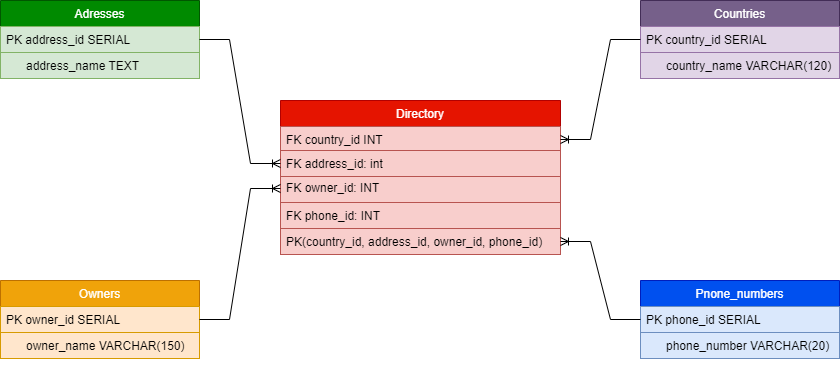
This is PhoneDictER.png from 9803489523/phoneDict, a draw.io export, as it was before one commit. Source tidied: cells renumbered, new cells last; positions are measured from the earlier drawing's top-left corner, leaving out a move shared by most shapes.
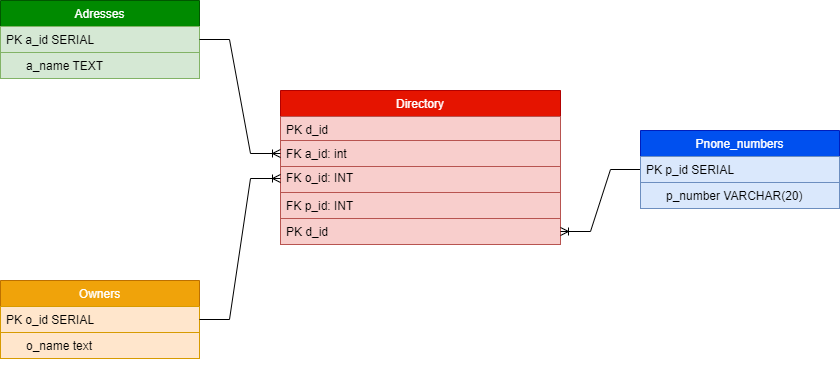
After the change.

Diff of the diagram source:
```diff
@@ -14,20 +14,20 @@
     <mxCell id="5" value="      user_id INT" style="text;align=left;verticalAlign=top;spacingLeft=4;spacingRight=4;overflow=hidden;fillColor=#ffe6cc;strokeColor=#d79b00;" parent="4" vertex="1">
       <mxGeometry y="26" width="199" height="26" as="geometry" />
     </mxCell>
-    <mxCell id="6" value="      owner_name VARCHAR(150)" style="text;align=left;verticalAlign=top;spacingLeft=4;spacingRight=4;overflow=hidden;fillColor=#ffe6cc;strokeColor=#d79b00;" parent="2" vertex="1">
+    <mxCell id="6" value="      o_name text" style="text;align=left;verticalAlign=top;spacingLeft=4;spacingRight=4;overflow=hidden;fillColor=#ffe6cc;strokeColor=#d79b00;" parent="2" vertex="1">
       <mxGeometry y="52" width="199" height="26" as="geometry" />
     </mxCell>
-    <mxCell id="7" value="PK owner_id SERIAL" style="text;align=left;verticalAlign=top;spacingLeft=4;spacingRight=4;overflow=hidden;fillColor=#ffe6cc;strokeColor=#d79b00;" parent="2" vertex="1">
+    <mxCell id="7" value="PK o_id SERIAL" style="text;align=left;verticalAlign=top;spacingLeft=4;spacingRight=4;overflow=hidden;fillColor=#ffe6cc;strokeColor=#d79b00;" parent="2" vertex="1">
       <mxGeometry y="26" width="199" height="26" as="geometry" />
     </mxCell>
     <mxCell id="8" value="Adresses" style="swimlane;fontStyle=0;horizontal=1;startSize=26;fillColor=#008a00;strokeColor=#005700;fontColor=#ffffff;" parent="1" vertex="1">
       <mxGeometry width="199" height="52" as="geometry" />
     </mxCell>
-    <mxCell id="9" value="PK address_id SERIAL" style="text;align=left;verticalAlign=top;spacingLeft=4;spacingRight=4;overflow=hidden;fillColor=#d5e8d4;strokeColor=#82b366;" parent="8" vertex="1">
+    <mxCell id="9" value="PK a_id SERIAL" style="text;align=left;verticalAlign=top;spacingLeft=4;spacingRight=4;overflow=hidden;fillColor=#d5e8d4;strokeColor=#82b366;" parent="8" vertex="1">
       <mxGeometry y="26" width="199" height="26" as="geometry" />
     </mxCell>
     <mxCell id="10" value="Pnone_numbers" style="swimlane;fontStyle=0;horizontal=1;startSize=26;fillColor=#0050ef;strokeColor=#001DBC;fontColor=#ffffff;" parent="1" vertex="1">
-      <mxGeometry x="640" y="280" width="199" height="78" as="geometry" />
+      <mxGeometry x="640" y="130" width="199" height="78" as="geometry" />
     </mxCell>
     <mxCell id="11" value="User_Event" style="swimlane;fontStyle=0;horizontal=1;startSize=26;fillColor=#f0a30a;strokeColor=#BD7000;fontColor=#FFFFFF;" parent="10" vertex="1">
       <mxGeometry y="26" width="199" height="52" as="geometry" />
@@ -35,59 +35,50 @@
     <mxCell id="12" value="      user_id INT" style="text;align=left;verticalAlign=top;spacingLeft=4;spacingRight=4;overflow=hidden;fillColor=#ffe6cc;strokeColor=#d79b00;" parent="11" vertex="1">
       <mxGeometry y="26" width="199" height="26" as="geometry" />
     </mxCell>
-    <mxCell id="13" value="      phone_number VARCHAR(20)" style="text;align=left;verticalAlign=top;spacingLeft=4;spacingRight=4;overflow=hidden;fillColor=#dae8fc;strokeColor=#6c8ebf;" parent="1" vertex="1">
-      <mxGeometry x="640" y="332" width="199" height="26" as="geometry" />
-    </mxCell>
-    <mxCell id="14" value="PK phone_id SERIAL" style="text;align=left;verticalAlign=top;spacingLeft=4;spacingRight=4;overflow=hidden;points=[[0,0.5],[1,0.5]];portConstraint=eastwest;fillColor=#dae8fc;strokeColor=#6c8ebf;" parent="1" vertex="1">
-      <mxGeometry x="640" y="306" width="199" height="26" as="geometry" />
-    </mxCell>
-    <mxCell id="15" value="      address_name TEXT" style="text;align=left;verticalAlign=top;spacingLeft=4;spacingRight=4;overflow=hidden;fillColor=#d5e8d4;strokeColor=#82b366;" parent="1" vertex="1">
+    <mxCell id="15" value="      a_name TEXT" style="text;align=left;verticalAlign=top;spacingLeft=4;spacingRight=4;overflow=hidden;fillColor=#d5e8d4;strokeColor=#82b366;" parent="1" vertex="1">
       <mxGeometry y="52" width="199" height="26" as="geometry" />
     </mxCell>
     <mxCell id="16" style="group;" parent="1" vertex="1">
-      <mxGeometry x="280" y="100" width="280" height="154" as="geometry" />
+      <mxGeometry x="280" y="90" width="280" height="154" as="geometry" />
     </mxCell>
     <mxCell id="17" value="Directory" style="swimlane;fontStyle=0;horizontal=1;startSize=26;fillColor=#e51400;strokeColor=#B20000;fontColor=#ffffff;" parent="16" vertex="1">
-      <mxGeometry width="280" height="52" as="geometry" />
+      <mxGeometry width="280" height="78" as="geometry" />
     </mxCell>
-    <mxCell id="18" value="FK country_id INT" style="text;align=left;verticalAlign=top;spacingLeft=4;spacingRight=4;overflow=hidden;points=[[0,0.5],[1,0.5]];portConstraint=eastwest;fillColor=#f8cecc;strokeColor=#b85450;" parent="17" vertex="1">
+    <mxCell id="18" value="PK d_id" style="text;align=left;verticalAlign=top;spacingLeft=4;spacingRight=4;overflow=hidden;points=[[0,0.5],[1,0.5]];portConstraint=eastwest;fillColor=#f8cecc;strokeColor=#b85450;" parent="17" vertex="1">
       <mxGeometry y="26" width="280" height="26" as="geometry" />
     </mxCell>
+    <mxCell id="31" style="text;align=left;verticalAlign=top;spacingLeft=4;spacingRight=4;overflow=hidden;fillColor=#f8cecc;strokeColor=#b85450;" parent="17" vertex="1">
+      <mxGeometry y="52" width="280" height="26" as="geometry" />
+    </mxCell>
-    <mxCell id="19" value="FK phone_id: INT" style="text;strokeColor=#b85450;fillColor=#f8cecc;align=left;verticalAlign=top;spacingLeft=4;spacingRight=4;overflow=hidden;" parent="16" vertex="1">
+    <mxCell id="19" value="FK p_id: INT" style="text;strokeColor=#b85450;fillColor=#f8cecc;align=left;verticalAlign=top;spacingLeft=4;spacingRight=4;overflow=hidden;" parent="16" vertex="1">
       <mxGeometry y="102" width="280" height="26" as="geometry" />
     </mxCell>
-    <mxCell id="20" value="PK(country_id, address_id, owner_id, phone_id)" style="text;align=left;verticalAlign=top;spacingLeft=4;spacingRight=4;overflow=hidden;points=[[0,0.5],[1,0.5]];portConstraint=eastwest;fillColor=#f8cecc;strokeColor=#b85450;" parent="16" vertex="1">
+    <mxCell id="20" value="PK d_id" style="text;align=left;verticalAlign=top;spacingLeft=4;spacingRight=4;overflow=hidden;points=[[0,0.5],[1,0.5]];portConstraint=eastwest;fillColor=#f8cecc;strokeColor=#b85450;" parent="16" vertex="1">
       <mxGeometry y="128" width="280" height="26" as="geometry" />
     </mxCell>
-    <mxCell id="21" value="FK owner_id: INT" style="text;strokeColor=#b85450;fillColor=#f8cecc;align=left;verticalAlign=top;spacingLeft=4;spacingRight=4;overflow=hidden;points=[[0,0.5],[1,0.5]];portConstraint=eastwest;" parent="16" vertex="1">
+    <mxCell id="21" value="FK o_id: INT" style="text;strokeColor=#b85450;fillColor=#f8cecc;align=left;verticalAlign=top;spacingLeft=4;spacingRight=4;overflow=hidden;points=[[0,0.5],[1,0.5]];portConstraint=eastwest;" parent="16" vertex="1">
       <mxGeometry y="74" width="280" height="28" as="geometry" />
     </mxCell>
-    <mxCell id="22" value="FK address_id: int" style="text;strokeColor=#b85450;fillColor=#f8cecc;align=left;verticalAlign=top;spacingLeft=4;spacingRight=4;overflow=hidden;points=[[0,0.5],[1,0.5]];portConstraint=eastwest;" parent="16" vertex="1">
+    <mxCell id="22" value="FK a_id: int" style="text;strokeColor=#b85450;fillColor=#f8cecc;align=left;verticalAlign=top;spacingLeft=4;spacingRight=4;overflow=hidden;points=[[0,0.5],[1,0.5]];portConstraint=eastwest;" parent="16" vertex="1">
       <mxGeometry y="50" width="280" height="26" as="geometry" />
     </mxCell>
-    <mxCell id="23" style="group;" parent="1" vertex="1">
-      <mxGeometry x="640" width="199" height="78" as="geometry" />
-    </mxCell>
-    <mxCell id="24" value="Countries" style="swimlane;fontStyle=0;horizontal=1;startSize=26;fillColor=#76608a;strokeColor=#432D57;fontColor=#ffffff;" parent="23" vertex="1">
-      <mxGeometry width="199" height="52" as="geometry" />
-    </mxCell>
-    <mxCell id="25" value="PK country_id SERIAL" style="text;align=left;verticalAlign=top;spacingLeft=4;spacingRight=4;overflow=hidden;points=[[0,0.5],[1,0.5]];portConstraint=eastwest;fillColor=#e1d5e7;strokeColor=#9673a6;" parent="24" vertex="1">
-      <mxGeometry y="26" width="199" height="26" as="geometry" />
-    </mxCell>
-    <mxCell id="26" value="      country_name VARCHAR(120)" style="text;align=left;verticalAlign=top;spacingLeft=4;spacingRight=4;overflow=hidden;fillColor=#e1d5e7;strokeColor=#9673a6;" parent="23" vertex="1">
-      <mxGeometry y="52" width="199" height="26" as="geometry" />
-    </mxCell>
     <mxCell id="27" style="edgeStyle=entityRelationEdgeStyle;fontSize=12;html=1;endArrow=ERoneToMany;rounded=0;exitX=1;exitY=0.75;exitDx=0;exitDy=0;entryX=0;entryY=0.5;entryDx=0;entryDy=0;" parent="1" edge="1" source="8" target="22">
       <mxGeometry relative="1" as="geometry" />
     </mxCell>
     <mxCell id="28" style="edgeStyle=entityRelationEdgeStyle;fontSize=12;html=1;endArrow=ERoneToMany;rounded=0;exitX=1;exitY=0.5;exitDx=0;exitDy=0;entryX=0;entryY=0.5;entryDx=0;entryDy=0;" parent="1" edge="1" source="3" target="21">
       <mxGeometry relative="1" as="geometry" />
     </mxCell>
-    <mxCell id="29" style="edgeStyle=entityRelationEdgeStyle;fontSize=12;html=1;endArrow=ERoneToMany;rounded=0;exitX=0;exitY=0.5;exitDx=0;exitDy=0;entryX=1;entryY=0.5;entryDx=0;entryDy=0;" parent="1" edge="1" source="25" target="18">
-      <mxGeometry relative="1" as="geometry" />
-    </mxCell>
     <mxCell id="30" style="edgeStyle=entityRelationEdgeStyle;fontSize=12;html=1;endArrow=ERoneToMany;rounded=0;exitX=0;exitY=0.5;exitDx=0;exitDy=0;entryX=1;entryY=0.5;entryDx=0;entryDy=0;" parent="1" edge="1" source="14" target="20">
       <mxGeometry relative="1" as="geometry" />
     </mxCell>
+    <mxCell id="32" style="group;" parent="1" vertex="1">
+      <mxGeometry x="640" y="156" width="199" height="52" as="geometry" />
+    </mxCell>
+    <mxCell id="13" value="      p_number VARCHAR(20)" style="text;align=left;verticalAlign=top;spacingLeft=4;spacingRight=4;overflow=hidden;fillColor=#dae8fc;strokeColor=#6c8ebf;" parent="32" vertex="1">
+      <mxGeometry y="26" width="199" height="26" as="geometry" />
+    </mxCell>
+    <mxCell id="14" value="PK p_id SERIAL" style="text;align=left;verticalAlign=top;spacingLeft=4;spacingRight=4;overflow=hidden;points=[[0,0.5],[1,0.5]];portConstraint=eastwest;fillColor=#dae8fc;strokeColor=#6c8ebf;" parent="32" vertex="1">
+      <mxGeometry width="199" height="26" as="geometry" />
+    </mxCell>
   </root>
 </mxGraphModel>
```
